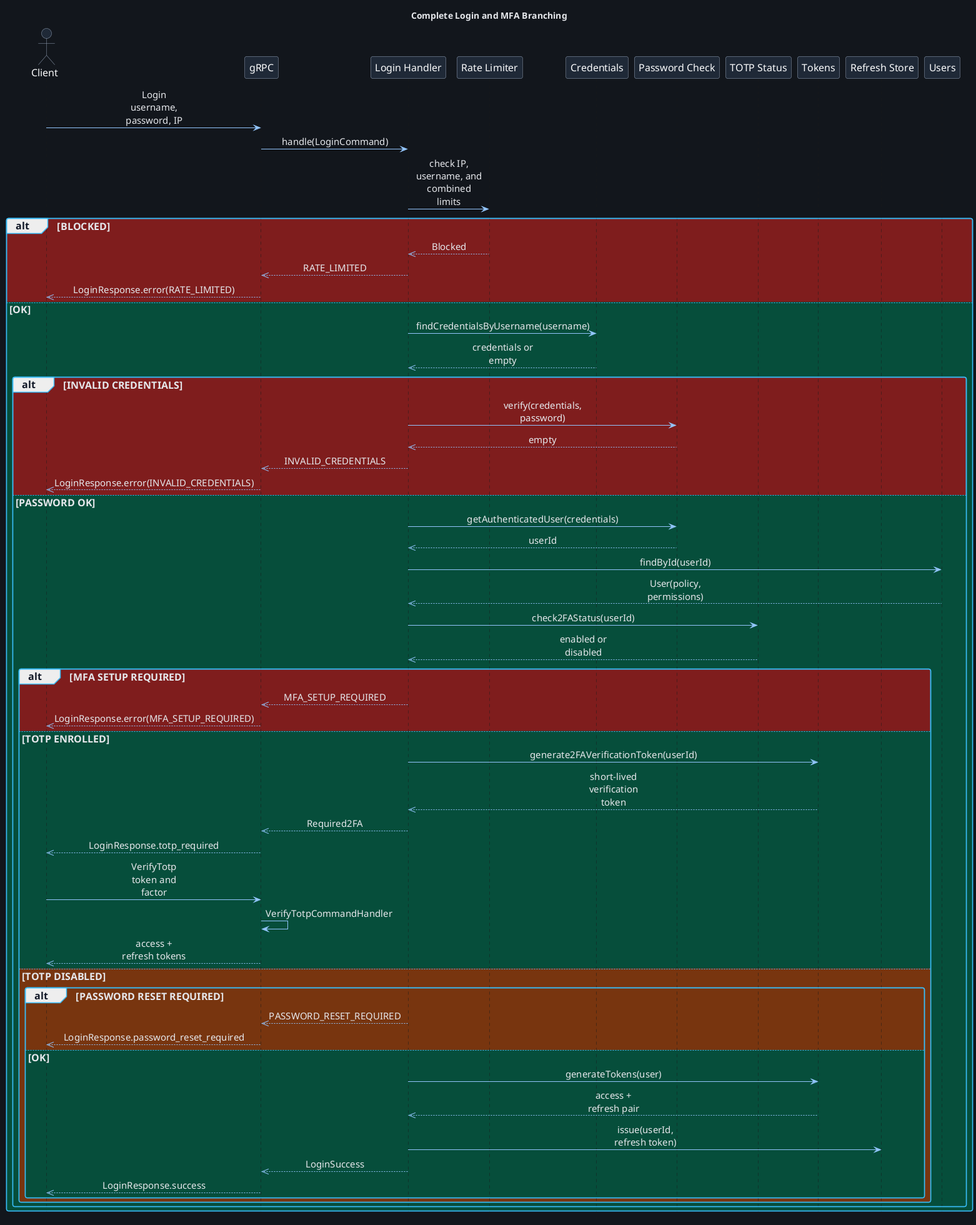
This is design/authentication/LoginSequenceDiagram.png from OODesigns/central-auth-service, a PlantUML export, as it was before one commit.
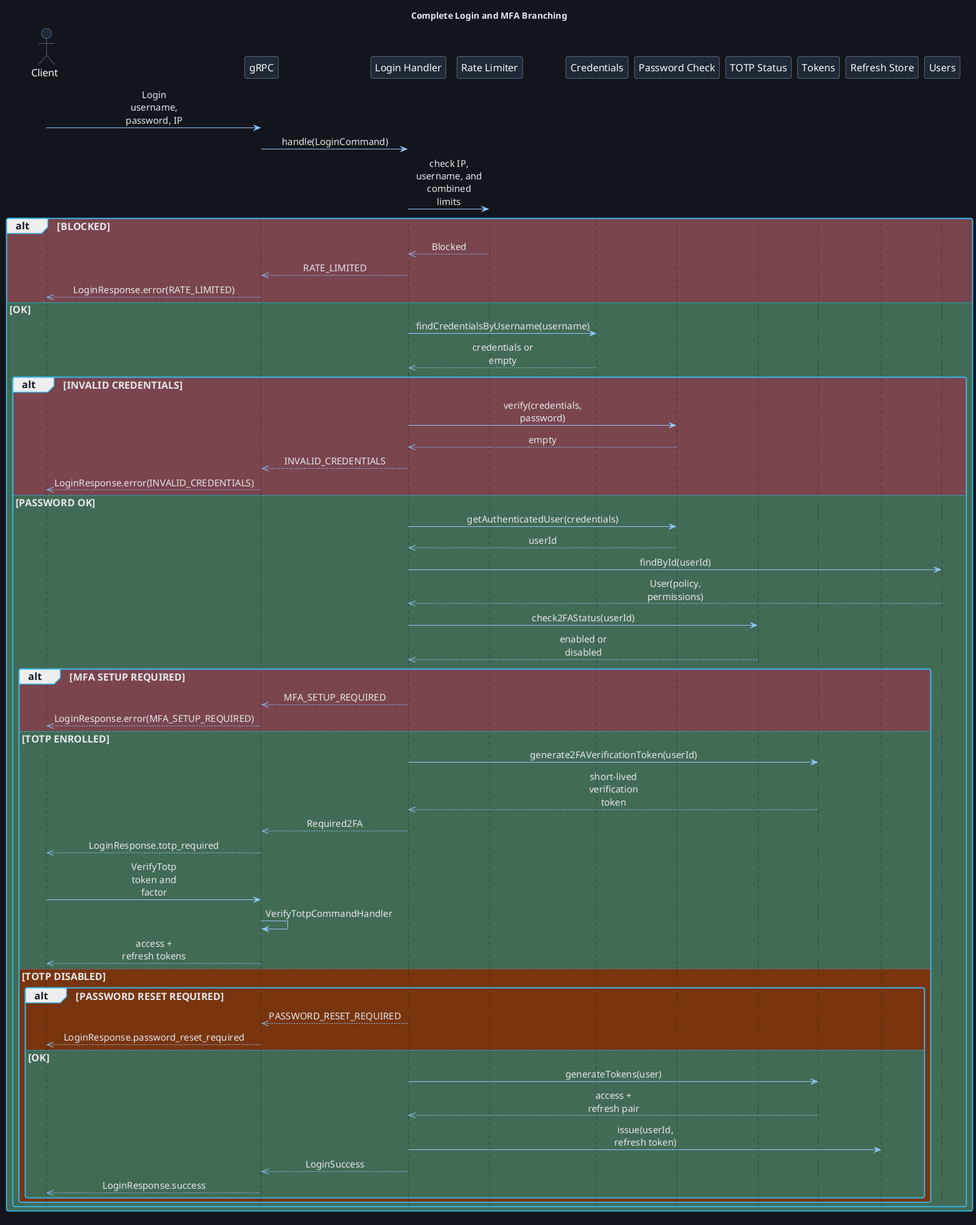
Above is the later version.

What changed in the source:
```diff
@@ -17,29 +17,29 @@
 Client -> Grpc: Login\nusername, password, IP
 Grpc -> Login: handle(LoginCommand)
 Login -> Limits: check IP, username, and combined limits
-alt #7f1d1d BLOCKED
+alt #7a454d BLOCKED
     Limits -->> Login: Blocked
     Login -->> Grpc: RATE_LIMITED
     Grpc -->> Client: LoginResponse.error(RATE_LIMITED)
-else #064e3b OK
+else #426b55 OK
     Login -> Credentials: findCredentialsByUsername(username)
     Credentials -->> Login: credentials or empty
-    alt #7f1d1d INVALID CREDENTIALS
+    alt #7a454d INVALID CREDENTIALS
         Login -> Auth: verify(credentials, password)
         Auth -->> Login: empty
         Login -->> Grpc: INVALID_CREDENTIALS
         Grpc -->> Client: LoginResponse.error(INVALID_CREDENTIALS)
-    else #064e3b PASSWORD OK
+    else #426b55 PASSWORD OK
         Login -> Auth: getAuthenticatedUser(credentials)
         Auth -->> Login: userId
         Login -> Users: findById(userId)
         Users -->> Login: User(policy, permissions)
         Login -> TotpStatus: check2FAStatus(userId)
         TotpStatus -->> Login: enabled or disabled
-        alt #7f1d1d MFA SETUP REQUIRED
+        alt #7a454d MFA SETUP REQUIRED
             Login -->> Grpc: MFA_SETUP_REQUIRED
             Grpc -->> Client: LoginResponse.error(MFA_SETUP_REQUIRED)
-        else #064e3b TOTP ENROLLED
+        else #426b55 TOTP ENROLLED
             Login -> Tokens: generate2FAVerificationToken(userId)
             Tokens -->> Login: short-lived verification token
             Login -->> Grpc: Required2FA
@@ -51,7 +51,7 @@
             alt #78350f PASSWORD RESET REQUIRED
                 Login -->> Grpc: PASSWORD_RESET_REQUIRED
                 Grpc -->> Client: LoginResponse.password_reset_required
-            else #064e3b OK
+            else #426b55 OK
                 Login -> Tokens: generateTokens(user)
                 Tokens -->> Login: access + refresh pair
                 Login -> RefreshStore: issue(userId, refresh token)
```
